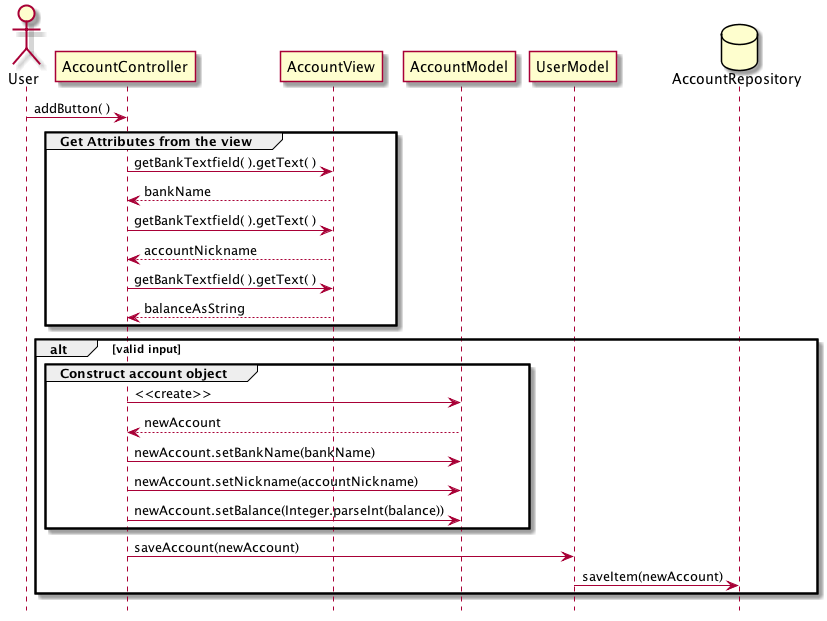
melanie-t/budget-planner-app keeps this PlantUML diagram as Documentation/diagrams/sequence/addAccount.png. Above is the earlier version. Its diagram source:
```plantuml
@startuml
hide footbox
actor User
database AccountRepository

User -> AccountController : addButton( )

group Get Attributes from the view
    AccountController -> AccountView : getBankTextfield( ).getText( )
    AccountController <-- AccountView : bankName

    AccountController -> AccountView : getBankTextfield( ).getText( )
    AccountController <-- AccountView : accountNickname

    AccountController -> AccountView : getBankTextfield( ).getText( )
    AccountController <-- AccountView : balanceAsString
end

alt valid input
    group Construct account object
        AccountController -> AccountModel : <<create>>
        AccountController <-- AccountModel : newAccount

        AccountController -> AccountModel : newAccount.setBankName(bankName)
        AccountController -> AccountModel : newAccount.setNickname(accountNickname)
        AccountController -> AccountModel : newAccount.setBalance(Integer.parseInt(balance))

    end
    AccountController -> UserModel : saveAccount(newAccount)

    UserModel -> AccountRepository : saveItem(newAccount)
end
database AccountRepository
@enduml
```
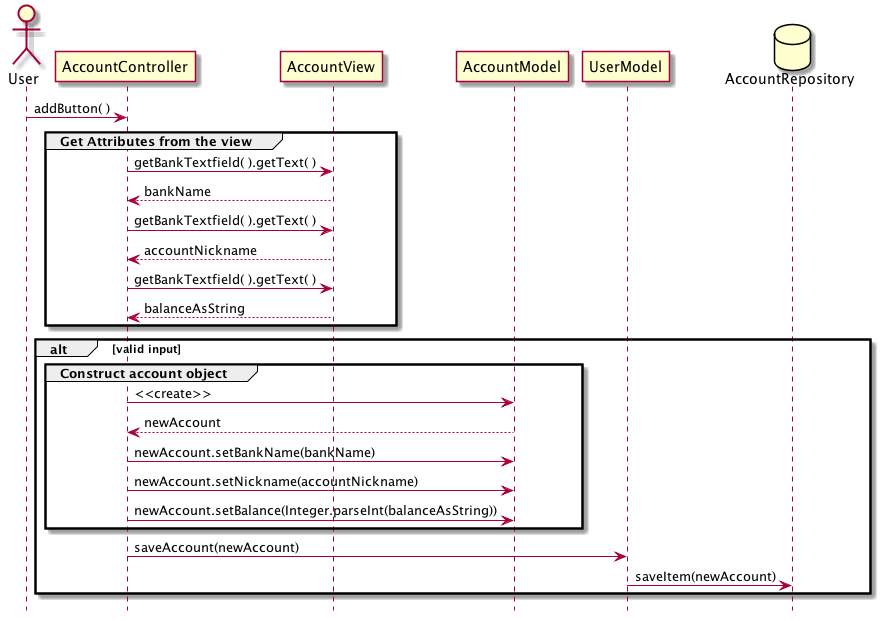
Later version of the same file.

Commit message:
fixed diagram errors

Diff of the diagram source:
```diff
@@ -23,7 +23,7 @@
 
         AccountController -> AccountModel : newAccount.setBankName(bankName)
         AccountController -> AccountModel : newAccount.setNickname(accountNickname)
-        AccountController -> AccountModel : newAccount.setBalance(Integer.parseInt(balance))
+        AccountController -> AccountModel : newAccount.setBalance(Integer.parseInt(balanceAsString))
 
     end
     AccountController -> UserModel : saveAccount(newAccount)
```
